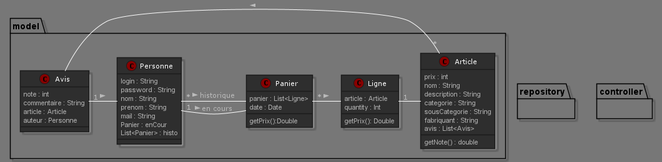
Valro666/nozama keeps this PlantUML diagram as uml-back.png. Above is the earlier version.
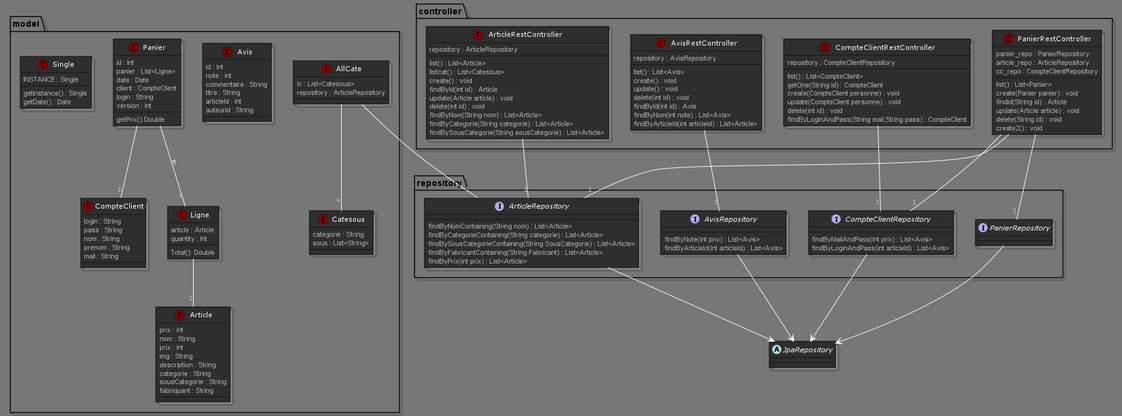
After the commit.

Commit message:
nettoyage et mise a jour diagramme

The edit, as a diff of the source:
```diff
@@ -2,63 +2,162 @@
 !theme reddress-darkred
 
 package model{
+class AllCate{
+    {field}     lc : List<Catesous>
+                repository : ArticleRepository
+}
+
 class Article {
-  {field}   prix : int
-            nom : String
-            description : String
-            categorie : String
-            sousCategorie : String
-            fabriquant : String
-            avis : List<Avis>
-    {method} getNote() : double
+    {field}     prix : int
+                nom : String
+                prix : int
+                img : String
+                description : String
+                categorie : String
+                sousCategorie : String
+                fabriquant : String
+    {method}
 }
 
 class Avis{
-{field} note : int
-        commentaire : String
-        article : Article
-        auteur : Personne
+    {field}     id : int
+                note : int
+                commentaire : String
+                titre : String
+                articleId : int
+                auteurId : String
 }
-class Personne {
+
+class Catesous {
+    {field}     categorie : String
+                sous : List<String>
+}
+
+class CompteClient {
   {field}   login : String
-            password : String
+            pass : String
             nom : String
             prenom : String
             mail : String
-            Panier : enCour
-            List<Panier> : histo
 }
 
 class Ligne{
 {field} article : Article
         quantity : Int
-{method} getPrix(): Double
+{method} Total(): Double
 
 }
 class Panier {
-  {field}   panier : List<Ligne>
-            date : Date
-    {method} getPrix():Double
-}
+    {field}     id : int
+                panier : List<Ligne>
+                date : Date
+                client : CompteClient
+                login : String
+                version : int
+    {method}    getPrix():Double
 }
 
-package repository{
+class Single {
+    {field}     INSTANCE : Single
+    {method}    getInstance() : Single
+                getDate() : Date
+}
+
+}
+
+abstract JpaRepository
+package repository {
+    interface ArticleRepository{
+        {method}    findByNomContaining(String nom) : List<Article>
+                    findByCategorieContaining(String categorie) : List<Article>
+                    findBySousCategorieContaining(String SousCategorie) : List<Article>
+                    findByFabricantContaining(String Fabricant) : List<Article>
+                    findByPrix(int prix) : List<Article>
+    }
+
+    interface AvisRepository{
+        {method}    findByNote(int prix) : List<Avis>
+                    findByArticleId(int articleId) : List<Avis>
+    }
+
+    interface CompteClientRepository{
+        {method}    findByMailAndPass(int prix) : List<Avis>
+                    findByLoginAndPass(int articleId) : List<Avis>
+    }
+
+    interface PanierRepository{}
 
 }
 
 package controller {
+    class ArticleRestController{
+        {field}     repository : ArticleRepository
+        {method}    list() : List<Article>
+                    listcat() : List<Catesous>
+                    create() : void
+                    findById(int id) : Article
+                    update(Article article) : void
+                    delete(int id) : void
+                    findByNom(String nom) : List<Article>
+                    findByCategorie(String categorie) : List<Article>
+                    findBySousCategorie(String sousCategorie) : List<Article>
+    }
+    class AvisRestController{
+        {field}     repository : AvisRepository
+        {method}    list() : List<Avis>
+                    create() : void
+                    update() : void
+                    delete(int id) : void
+                    findById(int id) : Avis
+                    findByNom(int note) : List<Avis>
+                    findByArticleId(int articleid) : List<Article>
+    }
+    class CompteClientRestController{
+        {field}     repository : CompteClientRepository
+        {method}    list() : List<CompteClient>
+                    getOne(String id) : CompteClient
+                    create(CompteClient personne) : void
+                    update(CompteClient personne) : void
+                    delete(int id) : void
+                    findByLoginAndPass(String mail,String pass) : CompteClient
+    }
+    class PanierRestController{
+        {field}     panier_repo : PanierRepository
+                    article_repo : ArticleRepository
+                    cc_repo : CompteClientRepository
+        {method}    list() : List<Panier>
+                    create(Panier panier) : void
+                    findId(String id) : Article
+                    update(Article article) : void
+                    delete(String id) : void
+                    create2() : void
+    }
 
 }
-Personne "*"- Panier : historique >
-Personne "1"- Panier : en cours >
+
+AllCate --"*" Catesous
+AllCate --"1" ArticleRepository
+
+Ligne --"1" Article
+
+Panier --"*" Ligne :>
+Panier --"1" CompteClient
+
+ArticleRepository --> JpaRepository
+AvisRepository --> JpaRepository
+CompteClientRepository --> JpaRepository
+PanierRepository --> JpaRepository
+
+ArticleRestController --"1" ArticleRepository
+
+AvisRestController --"1" AvisRepository
+
+CompteClientRestController --"1" CompteClientRepository
+
+PanierRestController --"1" PanierRepository
+PanierRestController --"1" ArticleRepository
+PanierRestController --"1" CompteClientRepository
 
 
-Panier "*"- Ligne :>
-
-Ligne "1"- Article
-
-Article "*"- Avis :>
-
-Avis "1"- Personne :>
 
 @enduml
```
